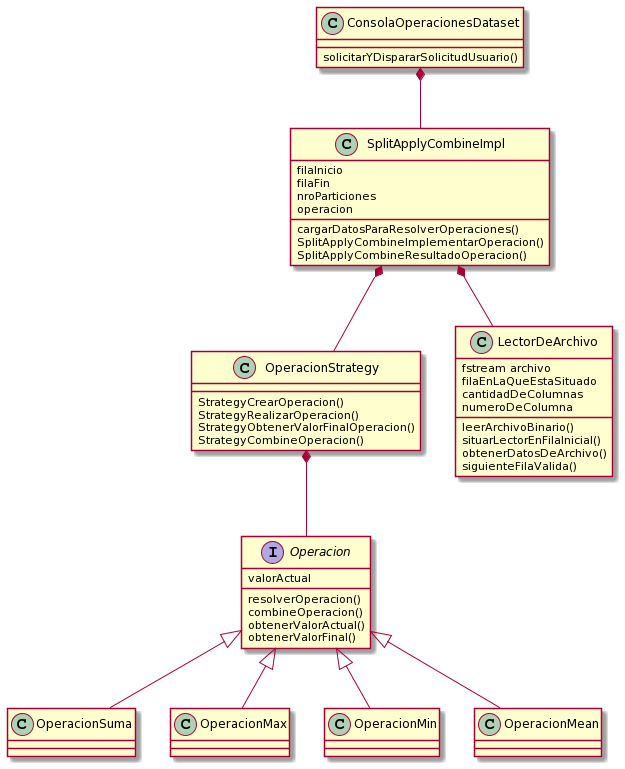
andy0013/TP2 keeps this PlantUML diagram as imagenes/modelo.png. Above is the earlier version.
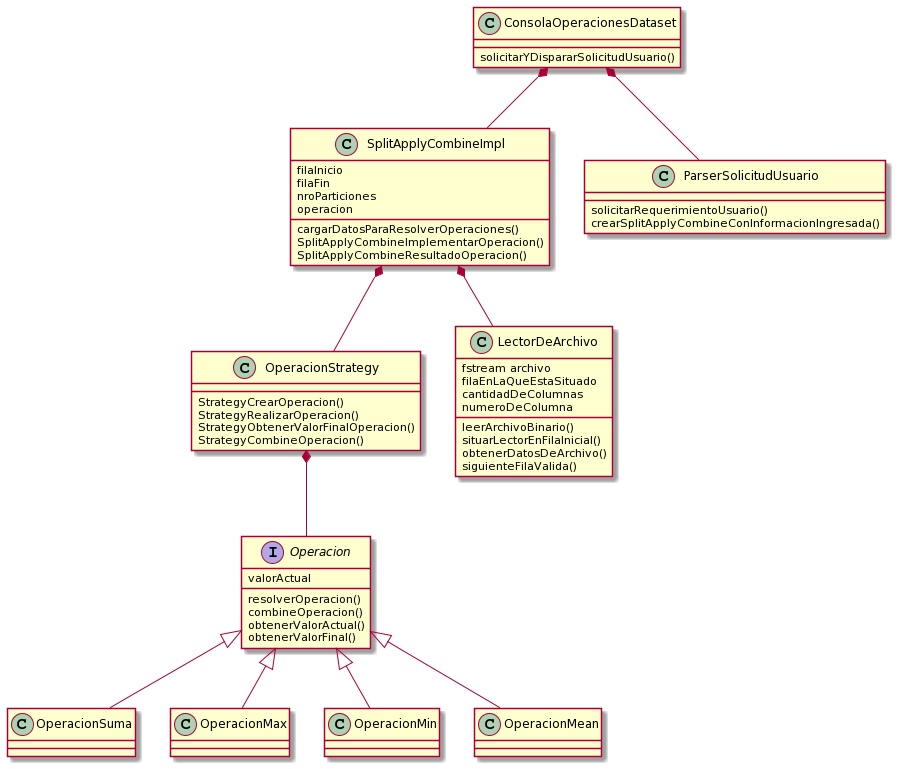
The same diagram one commit later.

Diff of the diagram source:
```diff
@@ -1,5 +1,11 @@
 @startuml
 ConsolaOperacionesDataset *-- SplitApplyCombineImpl
+ConsolaOperacionesDataset *-- ParserSolicitudUsuario
+
+
+ParserSolicitudUsuario : solicitarRequerimientoUsuario()
+ParserSolicitudUsuario : crearSplitApplyCombineConInformacionIngresada()
+
 
 
 ConsolaOperacionesDataset : solicitarYDispararSolicitudUsuario()
```
